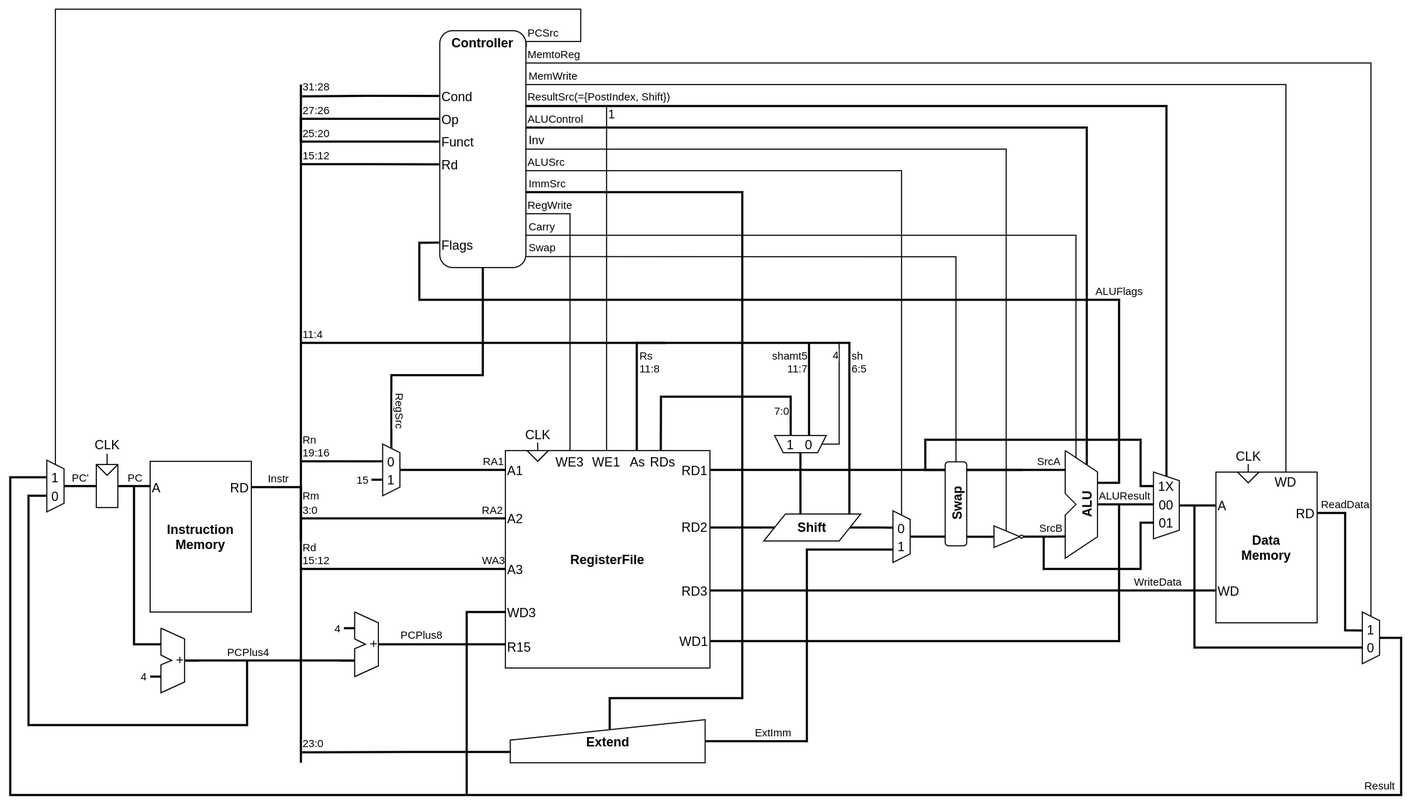
Earlier version of the draw.io export asset/arm_cpu_diagram.drawio.png (takah29/arm-cpu). Source tidied: cells renumbered, new cells last; positions are measured from the earlier drawing's top-left corner, leaving out a move shared by most shapes.
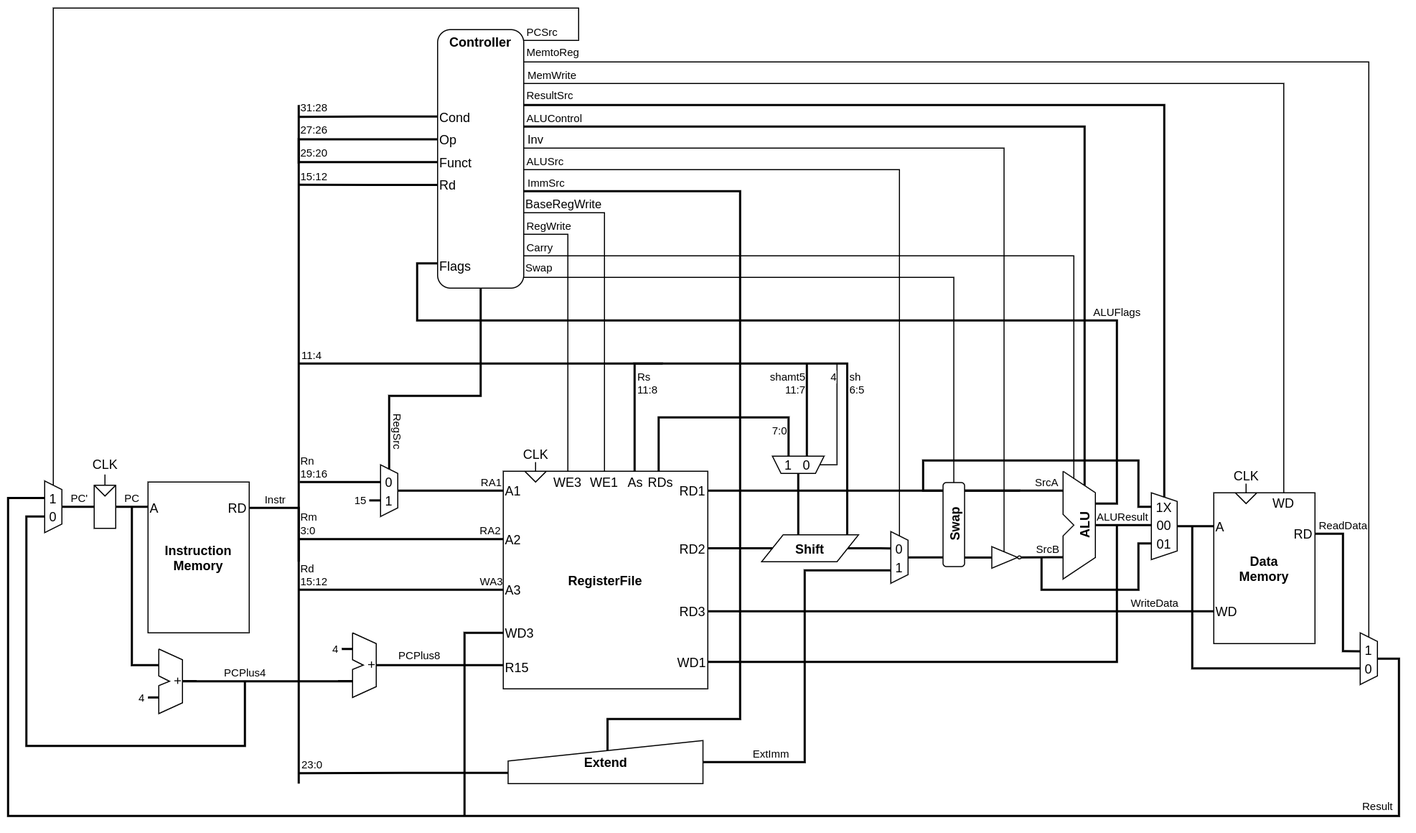
Above is the later version.

Diff of the diagram source:
```diff
@@ -74,7 +74,7 @@
       <mxGeometry x="409" y="60" width="70" height="180" as="geometry" />
     </mxCell>
     <mxCell id="17" style="rounded=1;whiteSpace=wrap;html=1;" parent="16" vertex="1">
-      <mxGeometry x="-10" y="-40" width="80" height="220" as="geometry" />
+      <mxGeometry x="-10" y="-60" width="80" height="240" as="geometry" />
     </mxCell>
     <mxCell id="18" value="Op" style="text;html=1;strokeColor=none;fillColor=none;align=left;verticalAlign=middle;whiteSpace=wrap;rounded=0;" parent="16" vertex="1">
       <mxGeometry x="-10" y="31.2" width="30" height="21.2" as="geometry" />
@@ -88,9 +88,6 @@
     <mxCell id="21" value="Flags" style="text;html=1;strokeColor=none;fillColor=none;align=left;verticalAlign=middle;whiteSpace=wrap;rounded=0;" parent="16" vertex="1">
       <mxGeometry x="-10" y="148.2" width="40" height="21.2" as="geometry" />
     </mxCell>
-    <mxCell id="22" value="&lt;b&gt;Controller&lt;/b&gt;" style="text;html=1;strokeColor=none;fillColor=none;align=center;verticalAlign=middle;whiteSpace=wrap;rounded=0;" parent="16" vertex="1">
-      <mxGeometry x="10" y="-40" width="40" height="21.2" as="geometry" />
-    </mxCell>
     <mxCell id="23" value="Cond" style="text;html=1;strokeColor=none;fillColor=none;align=left;verticalAlign=middle;whiteSpace=wrap;rounded=0;" parent="16" vertex="1">
       <mxGeometry x="-10" y="10" width="40" height="21.2" as="geometry" />
     </mxCell>
@@ -248,7 +245,7 @@
         </Array>
       </mxGeometry>
     </mxCell>
-    <mxCell id="52" style="edgeStyle=orthogonalEdgeStyle;rounded=0;jettySize=auto;html=1;exitX=1;exitY=1;exitDx=0;exitDy=0;endArrow=none;endFill=0;strokeWidth=2;entryX=0.003;entryY=0.895;entryDx=0;entryDy=0;entryPerimeter=0;" parent="1" edge="1" source="54" target="17">
+    <mxCell id="52" style="edgeStyle=orthogonalEdgeStyle;rounded=0;jettySize=auto;html=1;exitX=1;exitY=1;exitDx=0;exitDy=0;endArrow=none;endFill=0;strokeWidth=2;entryX=0.006;entryY=0.411;entryDx=0;entryDy=0;entryPerimeter=0;" parent="1" edge="1" source="54" target="21">
       <mxGeometry relative="1" as="geometry">
         <Array as="points">
           <mxPoint x="1030" y="440" />
@@ -397,25 +394,26 @@
     </mxCell>
     <mxCell id="83" style="edgeStyle=orthogonalEdgeStyle;rounded=0;jettySize=auto;html=1;exitX=0;exitY=0.5;exitDx=0;exitDy=0;endArrow=none;endFill=0;strokeWidth=2;fontSize=10;" parent="1" edge="1" source="66">
       <mxGeometry relative="1" as="geometry">
-        <mxPoint x="479" y="90" as="targetPoint" />
+        <mxPoint x="479" y="70" as="targetPoint" />
         <Array as="points">
-          <mxPoint x="1068" y="90" />
-          <mxPoint x="479" y="90" />
+          <mxPoint x="1074" y="70" />
+          <mxPoint x="479" y="70" />
         </Array>
       </mxGeometry>
     </mxCell>
-    <mxCell id="84" value="&lt;font style=&quot;font-size: 10px&quot;&gt;ResultSrc(={PostIndex, Shift})&lt;br&gt;&lt;/font&gt;" style="edgeLabel;html=1;align=left;verticalAlign=bottom;fontSize=10;" parent="83" vertex="1">
+    <mxCell id="84" value="&lt;font style=&quot;font-size: 10px&quot;&gt;ResultSrc&lt;br&gt;&lt;/font&gt;" style="edgeLabel;html=1;align=left;verticalAlign=bottom;fontSize=10;" parent="83" vertex="1">
       <mxGeometry x="0.96" relative="1" as="geometry">
         <mxPoint x="-17.1" y="-0.9" as="offset" />
       </mxGeometry>
     </mxCell>
     <mxCell id="85" style="edgeStyle=orthogonalEdgeStyle;rounded=0;jettySize=auto;html=1;exitX=0.51;exitY=0.228;exitDx=0;exitDy=0;endArrow=none;endFill=0;strokeWidth=2;fontSize=10;exitPerimeter=0;" parent="1" edge="1" source="64">
       <mxGeometry relative="1" as="geometry">
-        <mxPoint x="479" y="170" as="targetPoint" />
+        <mxPoint x="479" y="150" as="targetPoint" />
         <Array as="points">
           <mxPoint x="557" y="640" />
           <mxPoint x="680" y="640" />
-          <mxPoint x="680" y="170" />
+          <mxPoint x="680" y="150" />
+          <mxPoint x="479" y="150" />
         </Array>
       </mxGeometry>
     </mxCell>
@@ -426,9 +424,10 @@
     </mxCell>
     <mxCell id="87" style="edgeStyle=orthogonalEdgeStyle;rounded=0;jettySize=auto;html=1;endArrow=none;endFill=0;strokeWidth=1;fontSize=10;exitX=0;exitY=0.5;exitDx=0;exitDy=0;" parent="1" edge="1" source="56">
       <mxGeometry relative="1" as="geometry">
-        <mxPoint x="479" y="150" as="targetPoint" />
+        <mxPoint x="479" y="130" as="targetPoint" />
         <Array as="points">
-          <mxPoint x="828" y="150" />
+          <mxPoint x="828" y="130" />
+          <mxPoint x="479" y="130" />
         </Array>
       </mxGeometry>
     </mxCell>
@@ -768,10 +767,10 @@
     <mxCell id="162" style="edgeStyle=orthogonalEdgeStyle;rounded=0;orthogonalLoop=1;jettySize=auto;html=1;endArrow=none;endFill=0;strokeWidth=2;fontSize=10;" parent="1" edge="1">
       <mxGeometry relative="1" as="geometry">
         <mxPoint x="1000" y="423" as="sourcePoint" />
-        <mxPoint x="479" y="110" as="targetPoint" />
+        <mxPoint x="479" y="90" as="targetPoint" />
         <Array as="points">
-          <mxPoint x="1000" y="110" />
-          <mxPoint x="479" y="110" />
+          <mxPoint x="1000" y="90" />
+          <mxPoint x="479" y="90" />
         </Array>
       </mxGeometry>
     </mxCell>
@@ -782,10 +781,10 @@
     </mxCell>
     <mxCell id="164" style="edgeStyle=orthogonalEdgeStyle;rounded=0;jettySize=auto;html=1;exitX=0.692;exitY=-0.001;exitDx=0;exitDy=0;endArrow=none;endFill=0;strokeWidth=1;fontSize=7;exitPerimeter=0;" parent="1" edge="1" source="109">
       <mxGeometry relative="1" as="geometry">
-        <mxPoint x="479" y="70" as="targetPoint" />
+        <mxPoint x="479" y="50" as="targetPoint" />
         <Array as="points">
-          <mxPoint x="1165" y="70" />
-          <mxPoint x="479" y="70" />
+          <mxPoint x="1185" y="50" />
+          <mxPoint x="479" y="50" />
         </Array>
       </mxGeometry>
     </mxCell>
@@ -796,10 +795,10 @@
     </mxCell>
     <mxCell id="166" style="edgeStyle=orthogonalEdgeStyle;rounded=0;jettySize=auto;html=1;exitX=0.083;exitY=0.5;exitDx=0;exitDy=0;endArrow=none;endFill=0;strokeWidth=1;fontSize=7;exitPerimeter=0;" parent="1" edge="1" source="77">
       <mxGeometry relative="1" as="geometry">
-        <mxPoint x="479" y="50" as="targetPoint" />
+        <mxPoint x="479" y="30" as="targetPoint" />
         <Array as="points">
-          <mxPoint x="1264" y="50" />
-          <mxPoint x="479" y="50" />
+          <mxPoint x="1264" y="30" />
+          <mxPoint x="479" y="30" />
         </Array>
       </mxGeometry>
     </mxCell>
@@ -808,19 +807,19 @@
         <mxPoint x="-19.4" y="-0.2" as="offset" />
       </mxGeometry>
     </mxCell>
-    <mxCell id="168" style="edgeStyle=orthogonalEdgeStyle;rounded=0;jettySize=auto;html=1;endArrow=none;endFill=0;strokeWidth=1;fontSize=7;exitX=0;exitY=0.5;exitDx=0;exitDy=0;entryX=1.002;entryY=0.068;entryDx=0;entryDy=0;entryPerimeter=0;" parent="1" edge="1" source="133" target="17">
+    <mxCell id="168" style="edgeStyle=orthogonalEdgeStyle;rounded=0;jettySize=auto;html=1;endArrow=none;endFill=0;strokeWidth=1;fontSize=7;exitX=0;exitY=0.5;exitDx=0;exitDy=0;entryX=1.002;entryY=0.042;entryDx=0;entryDy=0;entryPerimeter=0;" parent="1" edge="1" source="133" target="17">
       <mxGeometry relative="1" as="geometry">
         <Array as="points">
-          <mxPoint x="42" />
-          <mxPoint x="530" />
-          <mxPoint x="530" y="30" />
-          <mxPoint x="479" y="30" />
+          <mxPoint x="42" y="-20" />
+          <mxPoint x="530" y="-20" />
+          <mxPoint x="530" y="10" />
+          <mxPoint x="479" y="10" />
         </Array>
       </mxGeometry>
     </mxCell>
     <mxCell id="169" value="&lt;font style=&quot;font-size: 10px&quot;&gt;PCSrc&lt;/font&gt;" style="edgeLabel;html=1;align=left;verticalAlign=bottom;fontSize=7;" parent="168" vertex="1">
       <mxGeometry x="0.97" relative="1" as="geometry">
-        <mxPoint x="-10.8" y="0.6" as="offset" />
+        <mxPoint x="-15.3" y="0.6" as="offset" />
       </mxGeometry>
     </mxCell>
     <mxCell id="170" style="edgeStyle=orthogonalEdgeStyle;rounded=0;orthogonalLoop=1;jettySize=auto;html=1;endArrow=none;endFill=0;strokeWidth=1;fontSize=10;" parent="1" edge="1">
@@ -864,8 +863,9 @@
         <mxPoint x="-1" y="-10.4" as="offset" />
       </mxGeometry>
     </mxCell>
-    <mxCell id="176" style="edgeStyle=orthogonalEdgeStyle;rounded=0;jettySize=auto;html=1;exitX=1;exitY=0.5;exitDx=0;exitDy=0;fontSize=10;endArrow=none;endFill=0;entryX=1.001;entryY=0.954;entryDx=0;entryDy=0;entryPerimeter=0;" parent="1" edge="1" source="188" target="17">
+    <mxCell id="176" style="edgeStyle=orthogonalEdgeStyle;rounded=0;jettySize=auto;html=1;exitX=1;exitY=0.5;exitDx=0;exitDy=0;fontSize=10;endArrow=none;endFill=0;" parent="1" edge="1" source="188">
       <mxGeometry relative="1" as="geometry">
+        <mxPoint x="479" y="230" as="targetPoint" />
         <Array as="points">
           <mxPoint x="879" y="230" />
         </Array>
@@ -895,8 +895,14 @@
         <mxPoint x="11.6" y="0.1" as="offset" />
       </mxGeometry>
     </mxCell>
-    <mxCell id="182" style="edgeStyle=orthogonalEdgeStyle;rounded=0;jettySize=auto;html=1;exitX=1;exitY=0.5;exitDx=0;exitDy=0;endArrow=none;endFill=0;strokeWidth=1;fontSize=11;entryX=0.455;entryY=0.24;entryDx=0;entryDy=0;entryPerimeter=0;" parent="1" edge="1" source="17" target="179">
-      <mxGeometry relative="1" as="geometry" />
+    <mxCell id="182" style="edgeStyle=orthogonalEdgeStyle;rounded=0;jettySize=auto;html=1;endArrow=none;endFill=0;strokeWidth=1;fontSize=11;entryX=0.455;entryY=0.24;entryDx=0;entryDy=0;entryPerimeter=0;" parent="1" edge="1" target="179">
+      <mxGeometry relative="1" as="geometry">
+        <mxPoint x="479" y="110" as="sourcePoint" />
+        <Array as="points">
+          <mxPoint x="479" y="110" />
+          <mxPoint x="925" y="110" />
+        </Array>
+      </mxGeometry>
     </mxCell>
     <mxCell id="183" value="Inv" style="edgeLabel;html=1;align=left;verticalAlign=bottom;fontSize=11;" parent="182" vertex="1">
       <mxGeometry x="-0.98" relative="1" as="geometry">
@@ -917,17 +923,17 @@
     </mxCell>
     <mxCell id="185" style="edgeStyle=orthogonalEdgeStyle;rounded=0;jettySize=auto;html=1;exitX=0.5;exitY=0;exitDx=0;exitDy=0;endArrow=none;endFill=0;strokeWidth=1;" parent="1" edge="1" source="106">
       <mxGeometry relative="1" as="geometry">
-        <mxPoint x="554" y="90" as="targetPoint" />
+        <mxPoint x="479" y="170" as="targetPoint" />
         <Array as="points">
-          <mxPoint x="554" y="90" />
+          <mxPoint x="554" y="170" />
         </Array>
       </mxGeometry>
     </mxCell>
-    <mxCell id="186" value="1" style="edgeLabel;html=1;align=left;verticalAlign=middle;" parent="185" vertex="1">
-      <mxGeometry x="0.96" relative="1" as="geometry">
-        <mxPoint y="1.3" as="offset" />
-      </mxGeometry>
-    </mxCell>
+    <mxCell id="189" value="BaseRegWrite" style="edgeLabel;html=1;align=left;verticalAlign=bottom;" parent="185" vertex="1">
+      <mxGeometry x="0.93" relative="1" as="geometry">
+        <mxPoint x="-11.2" as="offset" />
+      </mxGeometry>
+    </mxCell>
     <mxCell id="187" style="edgeStyle=orthogonalEdgeStyle;rounded=0;jettySize=auto;html=1;exitX=1;exitY=0.5;exitDx=0;exitDy=0;endArrow=none;endFill=0;strokeWidth=2;" parent="1" edge="1" source="107">
       <mxGeometry relative="1" as="geometry">
         <mxPoint x="1030" y="460" as="targetPoint" />
@@ -936,5 +942,8 @@
     <mxCell id="188" value="&lt;b&gt;&lt;font style=&quot;font-size: 12px&quot;&gt;Swap&lt;/font&gt;&lt;/b&gt;" style="rounded=1;whiteSpace=wrap;html=1;fontSize=10;align=center;rotation=-90;" parent="1" vertex="1">
       <mxGeometry x="839.5" y="449.5" width="78" height="20" as="geometry" />
     </mxCell>
+    <mxCell id="22" value="&lt;b&gt;Controller&lt;/b&gt;" style="text;html=1;strokeColor=none;fillColor=none;align=center;verticalAlign=middle;whiteSpace=wrap;rounded=0;" parent="1" vertex="1">
+      <mxGeometry x="419" width="40" height="21.2" as="geometry" />
+    </mxCell>
   </root>
 </mxGraphModel>
```
